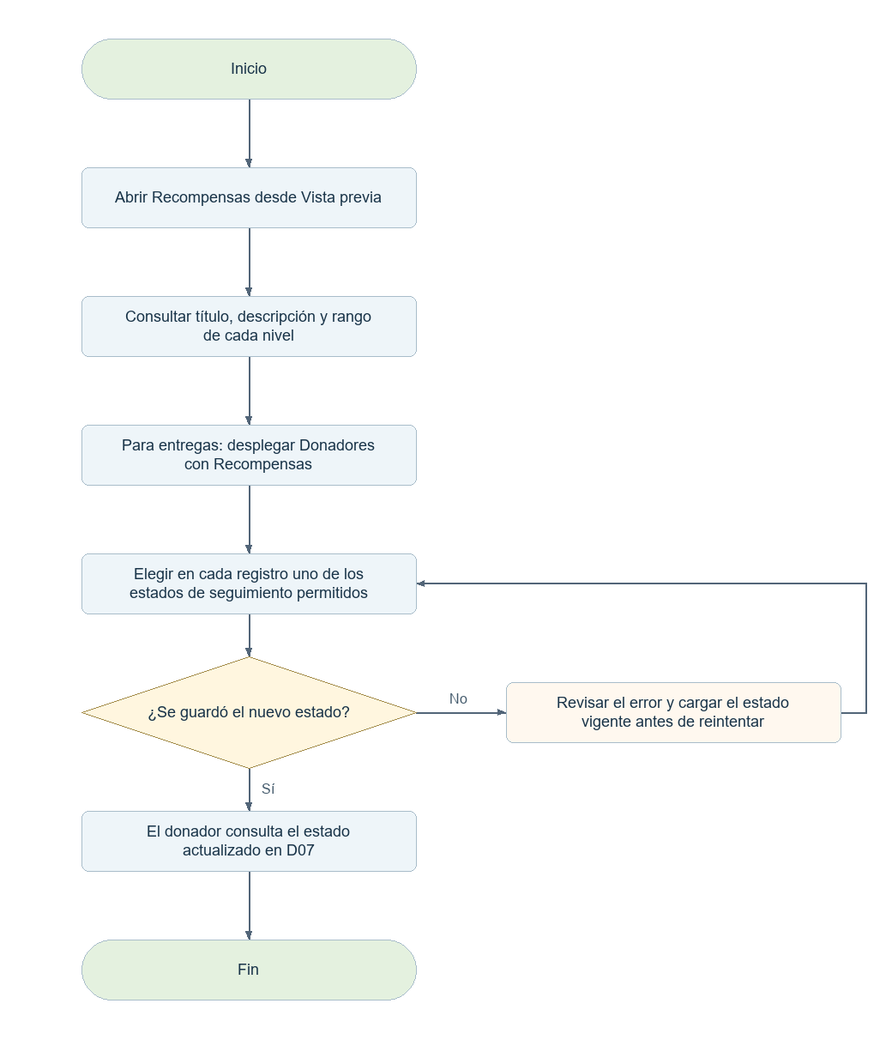
Before: docs/diagramas-web/png/E08.png, a diagram exported from Mermaid (elingeyesdev/t3-crowdfunding-inversion). Its source is kept beside it as docs/diagramas-web/mermaid/E08.mmd. Its diagram source:
```mermaid
flowchart TD
  N0(["Inicio"])
  N0 --> N1
  N1["Abrir Recompensas desde Vista previa"]
  N1 --> N2
  N2["Consultar título, descripción y rango de cada nivel"]
  N2 --> N3
  N3["Para entregas: desplegar Donadores con Recompensas"]
  N3 --> N4
  N4["Elegir en cada registro uno de los estados de seguimiento permitidos"]
  N4 --> N5
  N5{"¿Se guardó el nuevo estado?"}
  N5 -->|"Sí"| N6
  B5["Revisar el error y cargar el estado vigente antes de reintentar"]
  N5 -->|"No"| B5
  B5 --> N4
  N6["El donador consulta el estado actualizado en D07"]
  N6 --> N7
  N7(["Fin"])
```
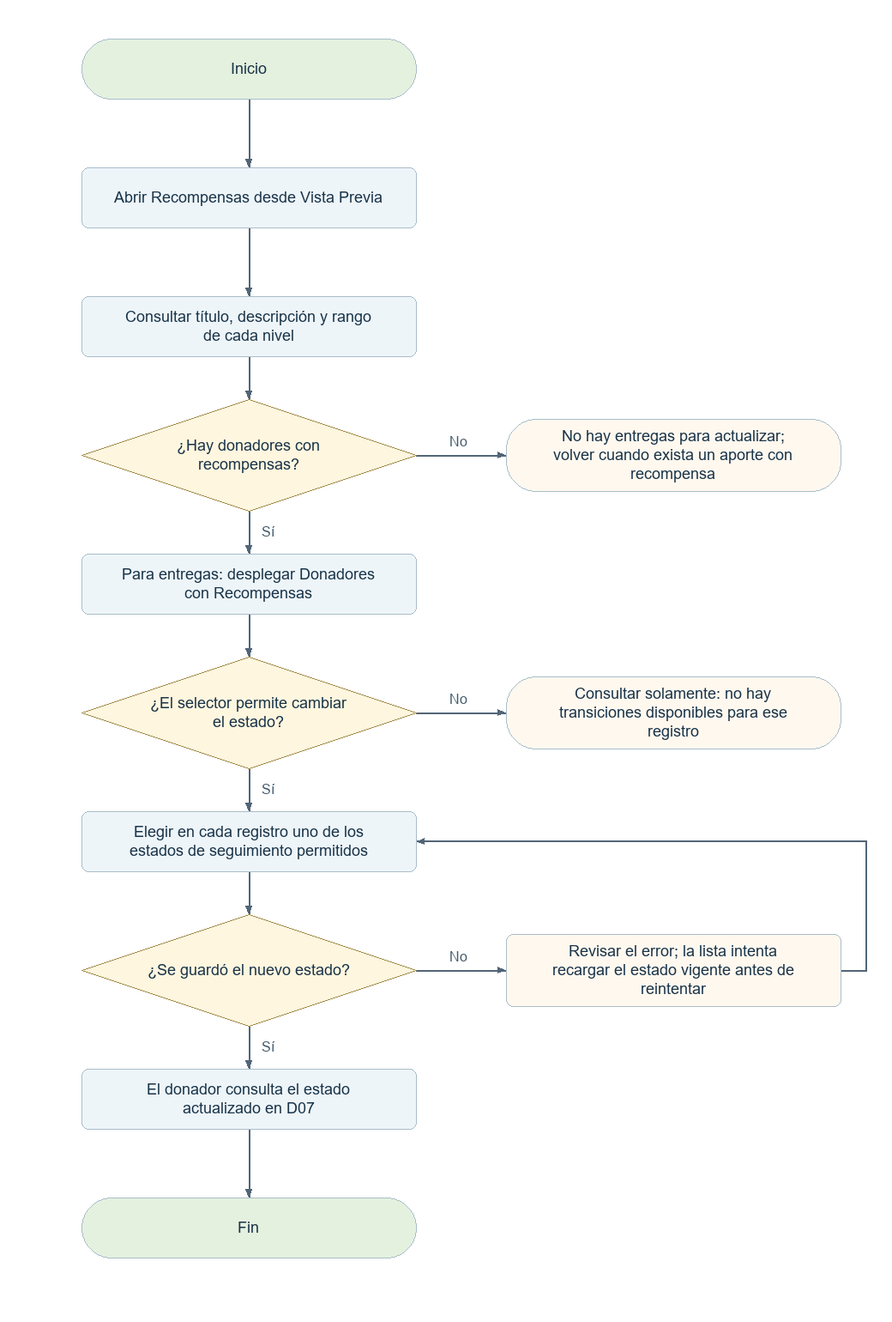
The same file after the commit.

Diff of the diagram source:
```diff
@@ -1,19 +1,27 @@
 flowchart TD
   N0(["Inicio"])
   N0 --> N1
-  N1["Abrir Recompensas desde Vista previa"]
+  N1["Abrir Recompensas desde Vista Previa"]
   N1 --> N2
   N2["Consultar título, descripción y rango de cada nivel"]
   N2 --> N3
-  N3["Para entregas: desplegar Donadores con Recompensas"]
-  N3 --> N4
-  N4["Elegir en cada registro uno de los estados de seguimiento permitidos"]
+  N3{"¿Hay donadores con recompensas?"}
+  N3 -->|"Sí"| N4
+  B3(["No hay entregas para actualizar; volver cuando exista un aporte con recompensa"])
+  N3 -->|"No"| B3
+  N4["Para entregas: desplegar Donadores con Recompensas"]
   N4 --> N5
-  N5{"¿Se guardó el nuevo estado?"}
+  N5{"¿El selector permite cambiar el estado?"}
   N5 -->|"Sí"| N6
-  B5["Revisar el error y cargar el estado vigente antes de reintentar"]
+  B5(["Consultar solamente: no hay transiciones disponibles para ese registro"])
   N5 -->|"No"| B5
-  B5 --> N4
-  N6["El donador consulta el estado actualizado en D07"]
+  N6["Elegir en cada registro uno de los estados de seguimiento permitidos"]
   N6 --> N7
-  N7(["Fin"])
+  N7{"¿Se guardó el nuevo estado?"}
+  N7 -->|"Sí"| N8
+  B7["Revisar el error; la lista intenta recargar el estado vigente antes de reintentar"]
+  N7 -->|"No"| B7
+  B7 --> N6
+  N8["El donador consulta el estado actualizado en D07"]
+  N8 --> N9
+  N9(["Fin"])
```
